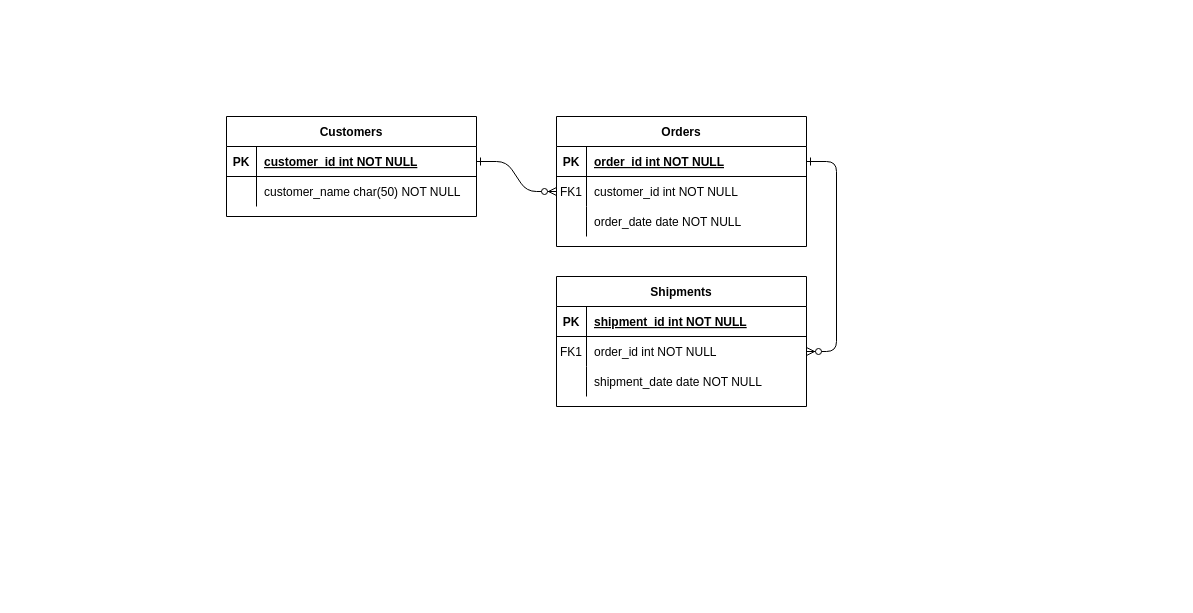
Joto-Han/Joto-Han keeps this draw.io diagram as 제목 없는 다이어그램.drawio. Above is the earlier version. Source tidied: cells renumbered, new cells numbered last; positions are measured from the earlier drawing's top-left corner, leaving out a move shared by most shapes. Both pictures are drawn from the tidied source at 100%, with x=0, y=0 at pixel (226, 116).
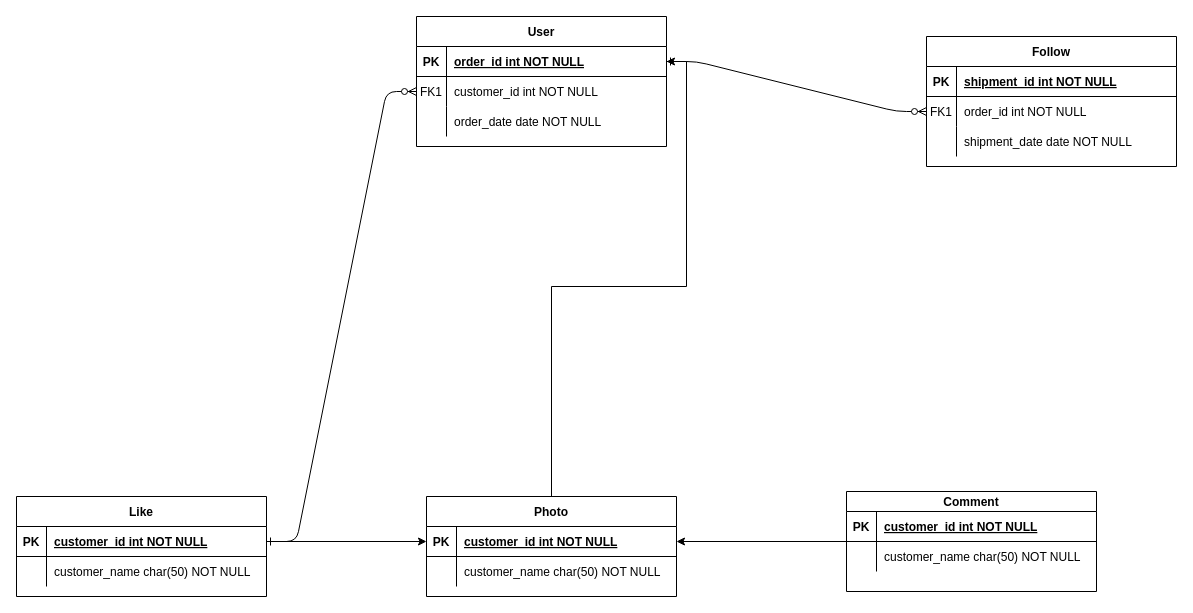
Above is the later version.

Commit message:
제목 없는 다이어그램.drawio 업데이트

The change refers to these unchanged cells:
```xml
<mxCell id="5" style="shape=partialRectangle;fillColor=none;points=[[0,0.5],[1,0.5]];portConstraint=eastwest;top=0;left=0;right=0;bottom=1;" parent="4" vertex="1">
  <mxGeometry y="30" width="250" height="30" as="geometry" />
</mxCell>
<mxCell id="25" style="shape=partialRectangle;fillColor=none;points=[[0,0.5],[1,0.5]];portConstraint=eastwest;top=0;left=0;right=0;bottom=1;" parent="24" vertex="1">
  <mxGeometry y="30" width="250" height="30" as="geometry" />
</mxCell>
```

Diff of the diagram source:
```diff
@@
-    <mxCell id="4" value="Orders" style="shape=table;startSize=30;childLayout=tableLayout;rowLines=0;fontStyle=1;align=center;" parent="1" vertex="1">
-      <mxGeometry x="330" width="250" height="130" as="geometry" />
+    <mxCell id="4" value="User" style="shape=table;startSize=30;childLayout=tableLayout;rowLines=0;fontStyle=1;align=center;" parent="1" vertex="1">
+      <mxGeometry x="190" y="-100" width="250" height="130" as="geometry" />
     </mxCell>
@@
-    <mxCell id="14" value="Shipments" style="shape=table;startSize=30;childLayout=tableLayout;rowLines=0;fontStyle=1;align=center;" parent="1" vertex="1">
-      <mxGeometry x="330" y="160" width="250" height="130" as="geometry" />
+    <mxCell id="14" value="Follow" style="shape=table;startSize=30;childLayout=tableLayout;rowLines=0;fontStyle=1;align=center;" parent="1" vertex="1">
+      <mxGeometry x="700" y="-80" width="250" height="130" as="geometry" />
     </mxCell>
@@
-    <mxCell id="24" value="Customers" style="shape=table;startSize=30;childLayout=tableLayout;rowLines=0;fontStyle=1;align=center;" parent="1" vertex="1">
-      <mxGeometry width="250" height="100" as="geometry" />
+    <mxCell id="24" value="Like" style="shape=table;startSize=30;childLayout=tableLayout;rowLines=0;fontStyle=1;align=center;" parent="1" vertex="1">
+      <mxGeometry x="-210" y="380" width="250" height="100" as="geometry" />
     </mxCell>
@@
+    <mxCell id="31" style="edgeStyle=orthogonalEdgeStyle;rounded=0;jettySize=auto;html=1;entryX=1;entryY=0.5;entryDx=0;entryDy=0;" parent="1" edge="1" source="32" target="5">
+      <mxGeometry relative="1" as="geometry" />
+    </mxCell>
+    <mxCell id="32" value="Photo" style="shape=table;startSize=30;childLayout=tableLayout;rowLines=0;fontStyle=1;align=center;" parent="1" vertex="1">
+      <mxGeometry x="200" y="380" width="250" height="100" as="geometry" />
+    </mxCell>
+    <mxCell id="33" style="shape=partialRectangle;fillColor=none;points=[[0,0.5],[1,0.5]];portConstraint=eastwest;top=0;left=0;right=0;bottom=1;" parent="32" vertex="1">
+      <mxGeometry y="30" width="250" height="30" as="geometry" />
+    </mxCell>
+    <mxCell id="34" value="PK" style="shape=partialRectangle;overflow=hidden;fillColor=none;top=0;left=0;bottom=0;right=0;fontStyle=1;" parent="33" vertex="1">
+      <mxGeometry width="30" height="30" as="geometry" />
+    </mxCell>
+    <mxCell id="35" value="customer_id int NOT NULL " style="shape=partialRectangle;overflow=hidden;fillColor=none;top=0;left=0;bottom=0;right=0;align=left;spacingLeft=6;fontStyle=5;" parent="33" vertex="1">
+      <mxGeometry x="30" width="220" height="30" as="geometry" />
+    </mxCell>
+    <mxCell id="36" style="shape=partialRectangle;fillColor=none;top=0;left=0;right=0;bottom=0;" parent="32" vertex="1">
+      <mxGeometry y="60" width="250" height="30" as="geometry" />
+    </mxCell>
+    <mxCell id="37" style="shape=partialRectangle;overflow=hidden;fillColor=none;top=0;left=0;bottom=0;right=0;" parent="36" vertex="1">
+      <mxGeometry width="30" height="30" as="geometry" />
+    </mxCell>
+    <mxCell id="38" value="customer_name char(50) NOT NULL" style="shape=partialRectangle;overflow=hidden;fillColor=none;top=0;left=0;bottom=0;right=0;align=left;spacingLeft=6;" parent="36" vertex="1">
+      <mxGeometry x="30" width="220" height="30" as="geometry" />
+    </mxCell>
+    <mxCell id="39" style="edgeStyle=orthogonalEdgeStyle;rounded=0;jettySize=auto;html=1;" parent="1" edge="1" source="40" target="33">
+      <mxGeometry relative="1" as="geometry" />
+    </mxCell>
+    <mxCell id="40" value="Comment" style="shape=table;startSize=20;childLayout=tableLayout;rowLines=0;fontStyle=1;align=center;" parent="1" vertex="1">
+      <mxGeometry x="620" y="375" width="250" height="100" as="geometry" />
+    </mxCell>
+    <mxCell id="41" style="shape=partialRectangle;fillColor=none;top=0;left=0;right=0;bottom=1;" parent="40" vertex="1">
+      <mxGeometry y="20" width="250" height="30" as="geometry" />
+    </mxCell>
+    <mxCell id="42" value="PK" style="shape=partialRectangle;overflow=hidden;fillColor=none;top=0;left=0;bottom=0;right=0;fontStyle=1;" parent="41" vertex="1">
+      <mxGeometry width="30" height="30" as="geometry" />
+    </mxCell>
+    <mxCell id="43" value="customer_id int NOT NULL " style="shape=partialRectangle;overflow=hidden;fillColor=none;top=0;left=0;bottom=0;right=0;align=left;spacingLeft=6;fontStyle=5;" parent="41" vertex="1">
+      <mxGeometry x="30" width="220" height="30" as="geometry" />
+    </mxCell>
+    <mxCell id="44" style="shape=partialRectangle;fillColor=none;top=0;left=0;right=0;bottom=0;" parent="40" vertex="1">
+      <mxGeometry y="50" width="250" height="30" as="geometry" />
+    </mxCell>
+    <mxCell id="45" style="shape=partialRectangle;overflow=hidden;fillColor=none;top=0;left=0;bottom=0;right=0;" parent="44" vertex="1">
+      <mxGeometry width="30" height="30" as="geometry" />
+    </mxCell>
+    <mxCell id="46" value="customer_name char(50) NOT NULL" style="shape=partialRectangle;overflow=hidden;fillColor=none;top=0;left=0;bottom=0;right=0;align=left;spacingLeft=6;" parent="44" vertex="1">
+      <mxGeometry x="30" width="220" height="30" as="geometry" />
+    </mxCell>
+    <mxCell id="47" style="edgeStyle=orthogonalEdgeStyle;rounded=0;jettySize=auto;html=1;" parent="1" edge="1" source="25" target="33">
+      <mxGeometry relative="1" as="geometry" />
+    </mxCell>
```
